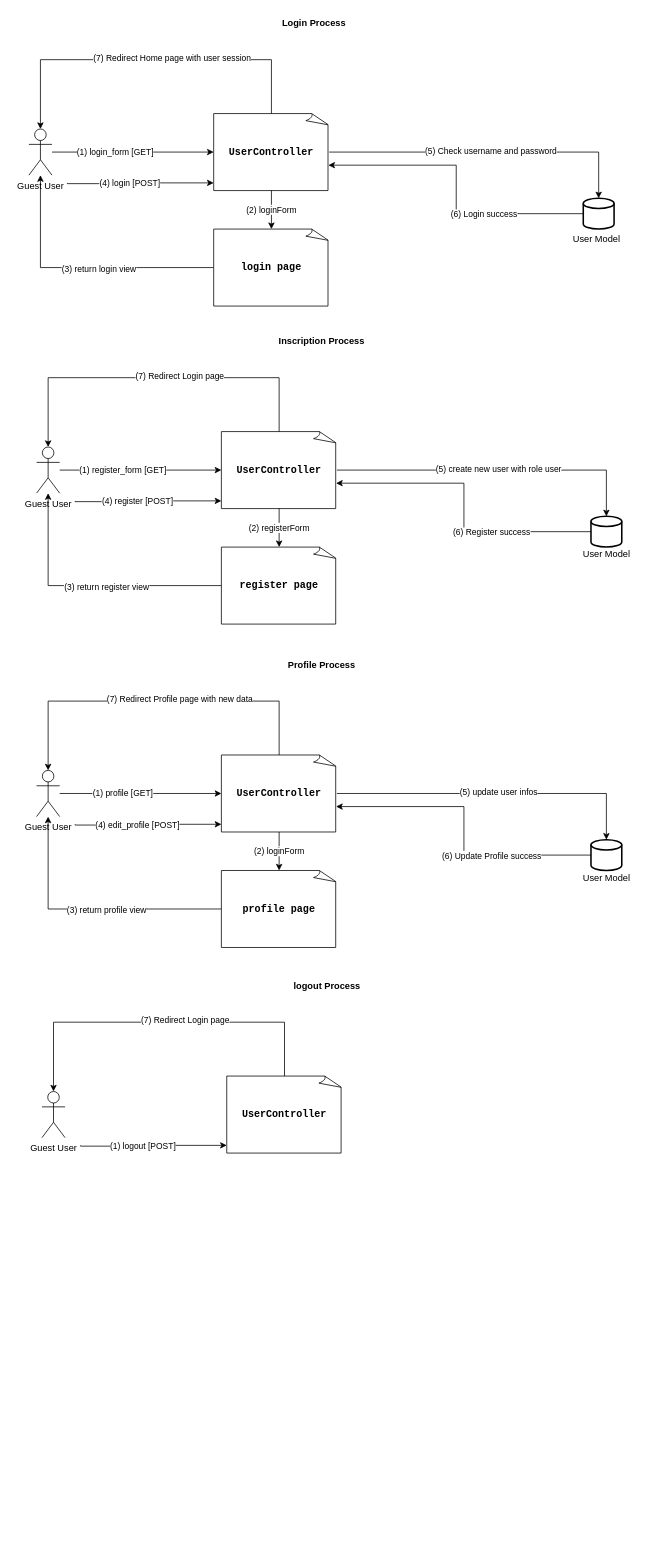
Before: Untitled Diagram.drawio in cherifsriret/boilerplate-npm, a draw.io diagram. Source tidied: cells renumbered, new cells numbered last; positions are measured from the earlier drawing's top-left corner, leaving out a move shared by most shapes. Both pictures are drawn from the tidied source at 77%, with x=0, y=0 at pixel (28, 13).
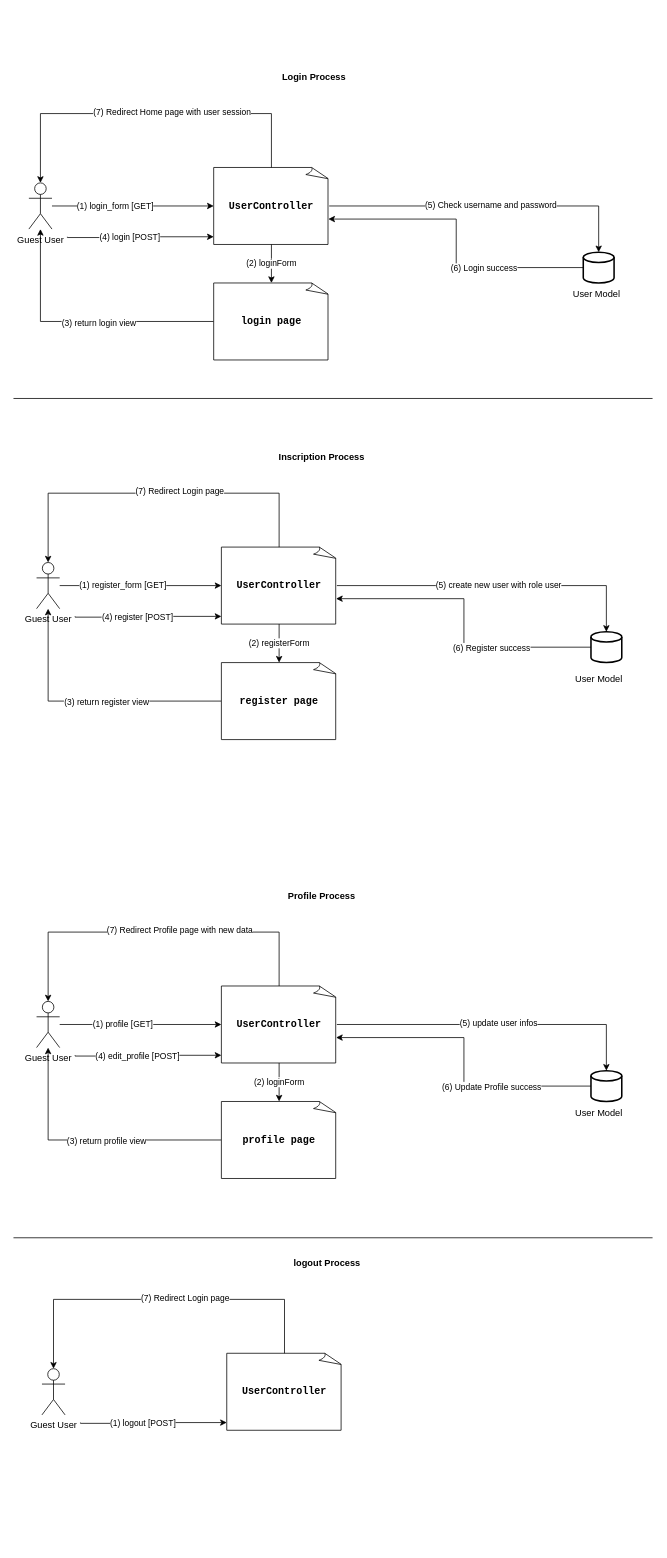
Above is the later version.

Change to the diagram source:
```diff
@@
     <mxCell id="2" style="group;" parent="1" vertex="1">
-      <mxGeometry width="760" height="380" as="geometry" />
+      <mxGeometry y="70" width="777" height="380" as="geometry" />
     </mxCell>
@@
+    <mxCell id="61" value="User Model" style="text;html=1;align=center;verticalAlign=middle;strokeColor=none;fillColor=none;" parent="2" vertex="1">
+      <mxGeometry x="697" y="280" width="80" height="30" as="geometry" />
+    </mxCell>
     <mxCell id="21" style="group;" parent="1" vertex="1">
-      <mxGeometry x="10" y="413" width="760" height="380" as="geometry" />
+      <mxGeometry x="10" y="563" width="770" height="380" as="geometry" />
     </mxCell>
@@
+    <mxCell id="60" value="User Model" style="text;html=1;align=center;verticalAlign=middle;strokeColor=none;fillColor=none;" parent="21" vertex="1">
+      <mxGeometry x="690" y="287" width="80" height="30" as="geometry" />
+    </mxCell>
     <mxCell id="40" style="group;" parent="1" vertex="1">
-      <mxGeometry x="10" y="833" width="760" height="380" as="geometry" />
+      <mxGeometry x="10" y="1133" width="770" height="380" as="geometry" />
     </mxCell>
@@
-    <mxCell id="59" value="User Model" style="text;html=1;align=center;verticalAlign=middle;strokeColor=none;fillColor=none;" parent="1" vertex="1">
-      <mxGeometry x="710" y="1108" width="80" height="30" as="geometry" />
+    <mxCell id="59" value="User Model" style="text;html=1;align=center;verticalAlign=middle;strokeColor=none;fillColor=none;" parent="40" vertex="1">
+      <mxGeometry x="690" y="280" width="80" height="30" as="geometry" />
     </mxCell>
-    <mxCell id="60" value="User Model" style="text;html=1;align=center;verticalAlign=middle;strokeColor=none;fillColor=none;" parent="1" vertex="1">
-      <mxGeometry x="710" y="688" width="80" height="30" as="geometry" />
-    </mxCell>
-    <mxCell id="61" value="User Model" style="text;html=1;align=center;verticalAlign=middle;strokeColor=none;fillColor=none;" parent="1" vertex="1">
-      <mxGeometry x="697" y="278" width="80" height="30" as="geometry" />
-    </mxCell>
     <mxCell id="62" style="group;" parent="1" vertex="1">
-      <mxGeometry x="17" y="1250" width="760" height="380" as="geometry" />
+      <mxGeometry x="17" y="1610" width="760" height="380" as="geometry" />
     </mxCell>
@@
+    <mxCell id="70" style="endArrow=none;html=1;rounded=0;" parent="1" edge="1">
+      <mxGeometry relative="1" as="geometry">
+        <mxPoint x="-20" y="500" as="sourcePoint" />
+        <mxPoint x="810" y="500" as="targetPoint" />
+      </mxGeometry>
+    </mxCell>
+    <mxCell id="71" style="endArrow=none;html=1;rounded=0;" parent="1" edge="1">
+      <mxGeometry relative="1" as="geometry">
+        <mxPoint x="-20" y="1590" as="sourcePoint" />
+        <mxPoint x="810" y="1590" as="targetPoint" />
+      </mxGeometry>
+    </mxCell>
```
